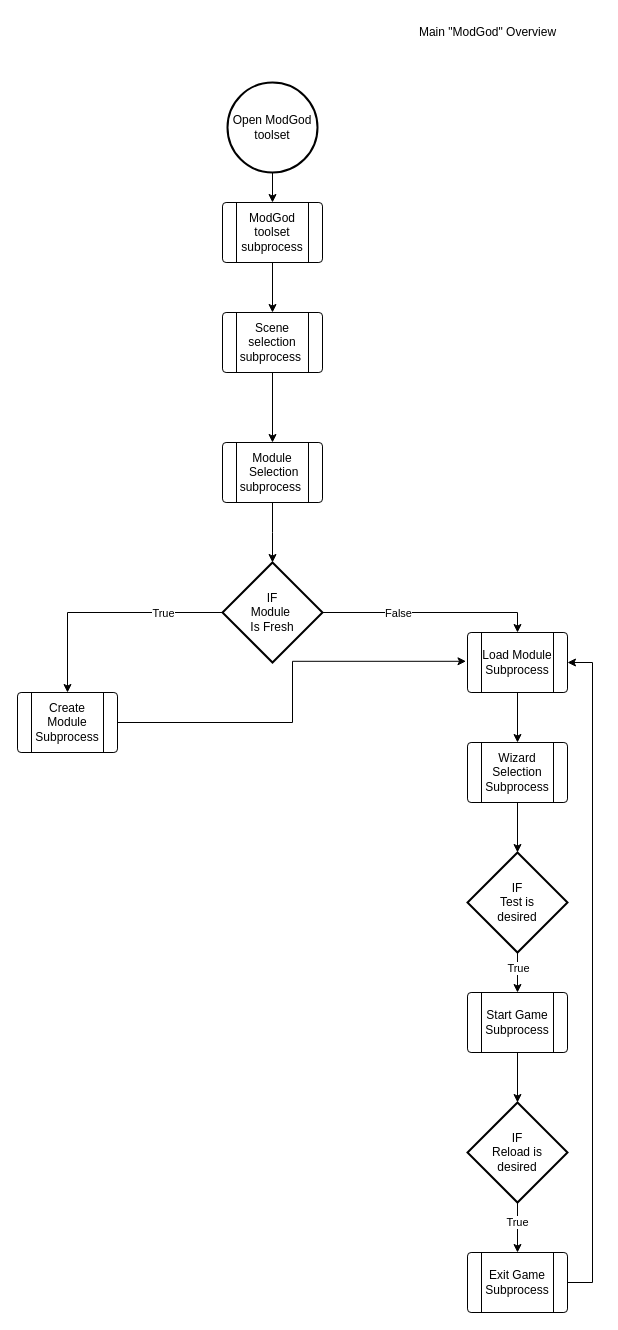
Earlier version of the draw.io diagram Phase2/Flowcharts/modgodToolset/ModGod/MainModGodOverview.drawio (RPG-Research/bcirpg). Source tidied: cells renumbered, new cells numbered last; positions are measured from the earlier drawing's top-left corner, leaving out a move shared by most shapes. Both pictures are drawn from the tidied source at 100%, with x=0, y=0 at pixel (17, 17).
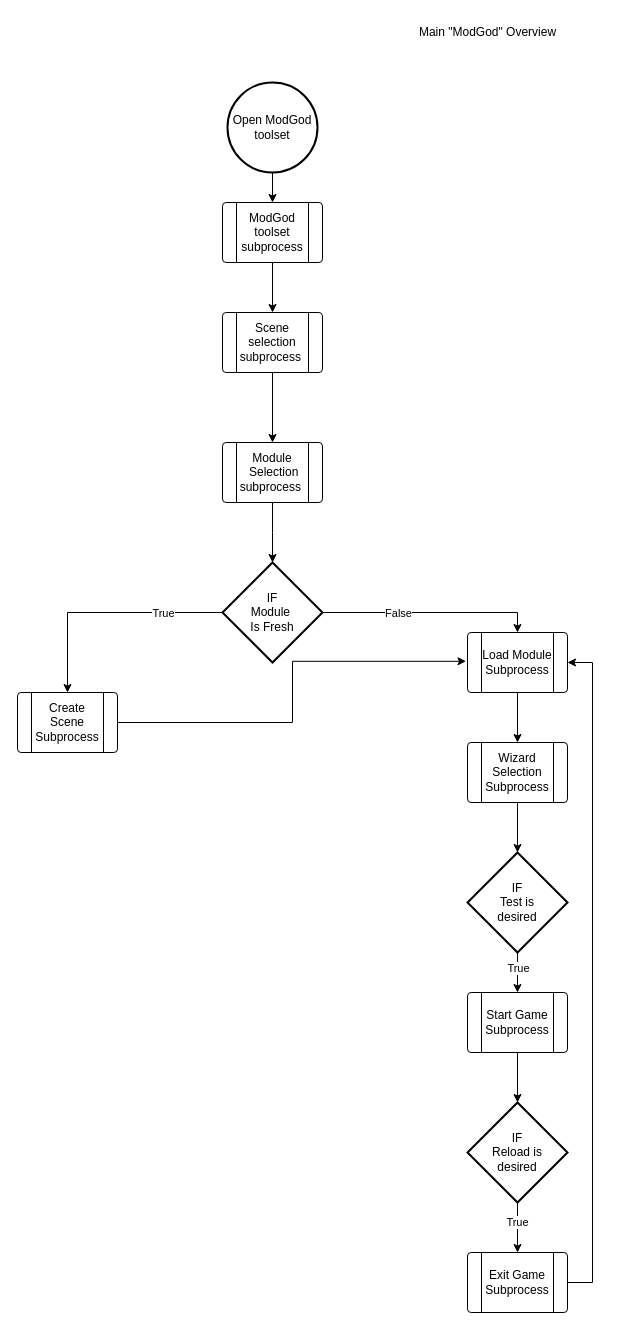
The same page after the edit.

Commit message (it also covers changes not shown here):
Did some work to the mod god scene creation flowchart.

Change to the diagram source:
```diff
@@
-    <mxCell id="30" value="Create Module&lt;br&gt;Subprocess" style="verticalLabelPosition=middle;verticalAlign=middle;html=1;shape=process;whiteSpace=wrap;rounded=1;size=0.14;arcSize=6;labelPosition=center;align=center;" parent="1" vertex="1">
+    <mxCell id="30" value="Create&lt;br&gt;Scene&lt;br&gt;Subprocess" style="verticalLabelPosition=middle;verticalAlign=middle;html=1;shape=process;whiteSpace=wrap;rounded=1;size=0.14;arcSize=6;labelPosition=center;align=center;" parent="1" vertex="1">
       <mxGeometry y="675" width="100" height="60" as="geometry" />
     </mxCell>
```
